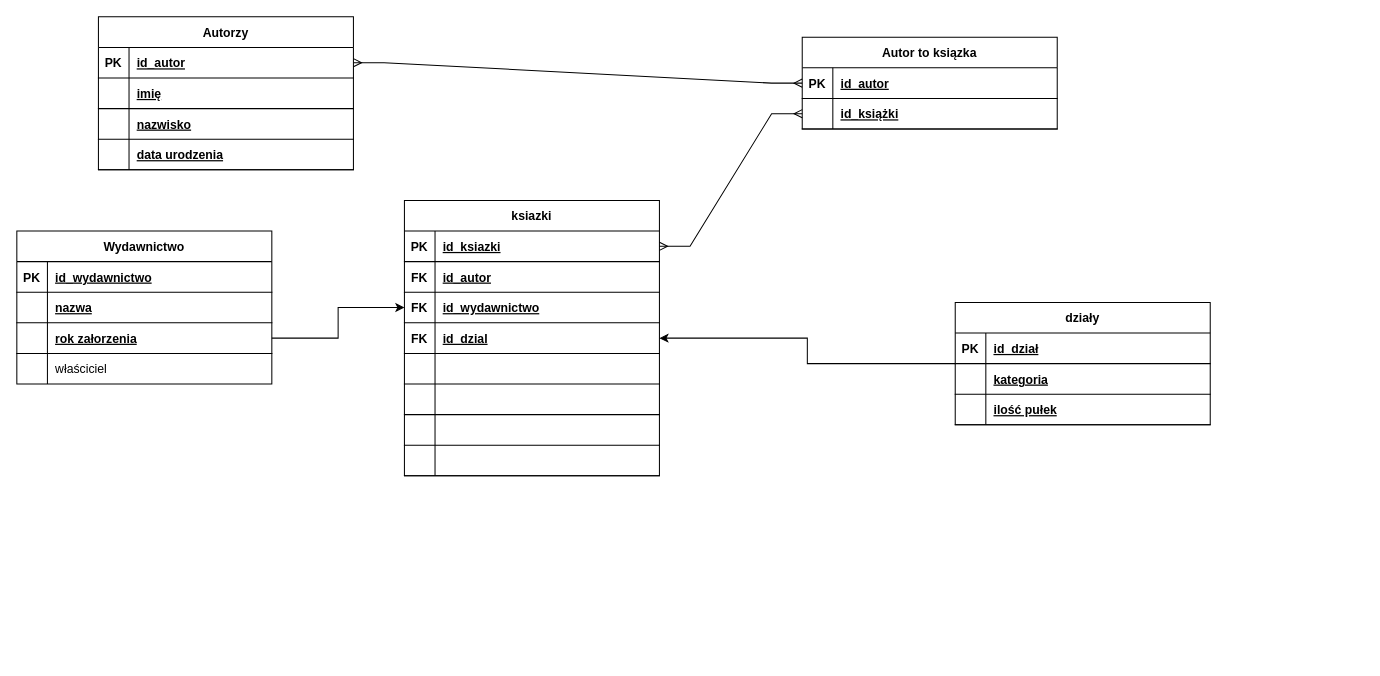
Above: Baza danych Biblioteka.drawio in mostekd/lokalne-systemy-bazy-danych (draw.io), before the change. Source tidied: cells renumbered, new cells numbered last; positions are measured from the earlier drawing's top-left corner, leaving out a move shared by most shapes. Both pictures are drawn from the tidied source at 102%, with x=0, y=0 at pixel (16, 16).
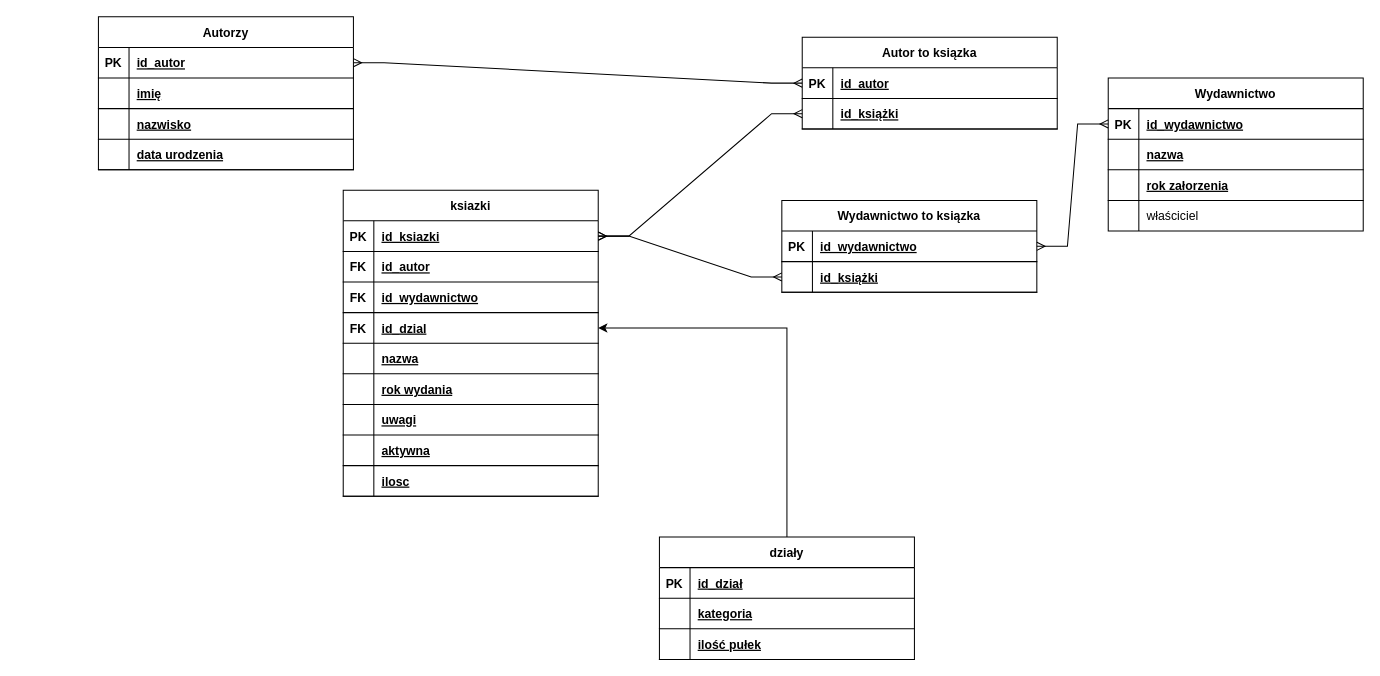
After the change.

The change refers to these unchanged cells:
```xml
<mxCell id="3" style="shape=partialRectangle;fillColor=none;points=[[0,0.5],[1,0.5]];portConstraint=eastwest;top=0;left=0;right=0;bottom=1;" parent="2" vertex="1">
  <mxGeometry y="30" width="250" height="30" as="geometry" />
</mxCell>
<mxCell id="9" style="shape=partialRectangle;fillColor=none;points=[[0,0.5],[1,0.5]];portConstraint=eastwest;top=0;left=0;right=0;bottom=1;" parent="2" vertex="1">
  <mxGeometry y="90" width="250" height="30" as="geometry" />
</mxCell>
<mxCell id="15" style="shape=partialRectangle;fillColor=none;top=0;left=0;right=0;bottom=1;" parent="2" vertex="1">
  <mxGeometry y="150" width="250" height="30" as="geometry" />
</mxCell>
<mxCell id="18" style="shape=partialRectangle;fillColor=none;top=0;left=0;right=0;bottom=1;" parent="2" vertex="1">
  <mxGeometry y="180" width="250" height="30" as="geometry" />
</mxCell>
<mxCell id="21" style="shape=partialRectangle;fillColor=none;top=0;left=0;right=0;bottom=1;" parent="2" vertex="1">
  <mxGeometry y="210" width="250" height="30" as="geometry" />
</mxCell>
<mxCell id="24" style="shape=partialRectangle;fillColor=none;top=0;left=0;right=0;bottom=1;" parent="2" vertex="1">
  <mxGeometry y="240" width="250" height="30" as="geometry" />
</mxCell>
<mxCell id="41" style="shape=partialRectangle;fillColor=none;points=[[0,0.5],[1,0.5]];portConstraint=eastwest;top=0;left=0;right=0;bottom=1;" parent="40" vertex="1">
  <mxGeometry y="30" width="250" height="30" as="geometry" />
</mxCell>
<mxCell id="47" style="shape=partialRectangle;fillColor=none;points=[[0,0.5],[1,0.5]];portConstraint=eastwest;top=0;left=0;right=0;bottom=1;" parent="40" vertex="1">
  <mxGeometry y="90" width="250" height="30" as="geometry" />
</mxCell>
```

The edit, as a diff of the source:
```diff
@@
     <mxCell id="2" value="ksiazki" style="shape=table;startSize=30;childLayout=tableLayout;rowLines=0;fontStyle=1;align=center;flipH=0;" parent="1" vertex="1">
-      <mxGeometry x="380" y="180" width="250" height="270" as="geometry" />
+      <mxGeometry x="320" y="170" width="250" height="300" as="geometry" />
     </mxCell>
@@
-    <mxCell id="17" style="shape=partialRectangle;overflow=hidden;fillColor=none;top=0;left=0;bottom=0;right=0;align=left;spacingLeft=6;fontStyle=5;" parent="15" vertex="1">
+    <mxCell id="17" value="nazwa" style="shape=partialRectangle;overflow=hidden;fillColor=none;top=0;left=0;bottom=0;right=0;align=left;spacingLeft=6;fontStyle=5;" parent="15" vertex="1">
       <mxGeometry x="30" width="220" height="30" as="geometry" />
     </mxCell>
@@
-    <mxCell id="20" style="shape=partialRectangle;overflow=hidden;fillColor=none;top=0;left=0;bottom=0;right=0;align=left;spacingLeft=6;fontStyle=5;" parent="18" vertex="1">
+    <mxCell id="20" value="rok wydania" style="shape=partialRectangle;overflow=hidden;fillColor=none;top=0;left=0;bottom=0;right=0;align=left;spacingLeft=6;fontStyle=5;" parent="18" vertex="1">
       <mxGeometry x="30" width="220" height="30" as="geometry" />
     </mxCell>
@@
-    <mxCell id="23" style="shape=partialRectangle;overflow=hidden;fillColor=none;top=0;left=0;bottom=0;right=0;align=left;spacingLeft=6;fontStyle=5;" parent="21" vertex="1">
+    <mxCell id="23" value="uwagi" style="shape=partialRectangle;overflow=hidden;fillColor=none;top=0;left=0;bottom=0;right=0;align=left;spacingLeft=6;fontStyle=5;" parent="21" vertex="1">
       <mxGeometry x="30" width="220" height="30" as="geometry" />
     </mxCell>
@@
-    <mxCell id="26" style="shape=partialRectangle;overflow=hidden;fillColor=none;top=0;left=0;bottom=0;right=0;align=left;spacingLeft=6;fontStyle=5;" parent="24" vertex="1">
+    <mxCell id="26" value="aktywna" style="shape=partialRectangle;overflow=hidden;fillColor=none;top=0;left=0;bottom=0;right=0;align=left;spacingLeft=6;fontStyle=5;" parent="24" vertex="1">
       <mxGeometry x="30" width="220" height="30" as="geometry" />
     </mxCell>
+    <mxCell id="75" style="shape=partialRectangle;fillColor=none;top=0;left=0;right=0;bottom=1;" parent="2" vertex="1">
+      <mxGeometry y="270" width="250" height="30" as="geometry" />
+    </mxCell>
+    <mxCell id="76" style="shape=partialRectangle;overflow=hidden;fillColor=none;top=0;left=0;bottom=0;right=0;fontStyle=1;" parent="75" vertex="1">
+      <mxGeometry width="30" height="30" as="geometry" />
+    </mxCell>
+    <mxCell id="77" value="ilosc" style="shape=partialRectangle;overflow=hidden;fillColor=none;top=0;left=0;bottom=0;right=0;align=left;spacingLeft=6;fontStyle=5;" parent="75" vertex="1">
+      <mxGeometry x="30" width="220" height="30" as="geometry" />
+    </mxCell>
@@
     <mxCell id="40" value="Wydawnictwo" style="shape=table;startSize=30;childLayout=tableLayout;rowLines=0;fontStyle=1;align=center;" parent="1" vertex="1">
-      <mxGeometry y="210" width="250" height="150" as="geometry" />
+      <mxGeometry x="1070" y="60" width="250" height="150" as="geometry" />
     </mxCell>
@@
-    <mxCell id="54" style="edgeStyle=orthogonalEdgeStyle;rounded=0;jettySize=auto;html=1;entryX=0;entryY=0.5;entryDx=0;entryDy=0;" parent="1" edge="1" source="47" target="9">
-      <mxGeometry relative="1" as="geometry" />
-    </mxCell>
@@
     <mxCell id="56" value="działy" style="shape=table;startSize=30;childLayout=tableLayout;rowLines=0;fontStyle=1;align=center;" parent="1" vertex="1">
-      <mxGeometry x="920" y="280" width="250" height="120" as="geometry" />
+      <mxGeometry x="630" y="510" width="250" height="120" as="geometry" />
     </mxCell>
@@
+    <mxCell id="78" value="Wydawnictwo to ksiązka" style="shape=table;startSize=30;childLayout=tableLayout;rowLines=0;fontStyle=1;align=center;" parent="1" vertex="1">
+      <mxGeometry x="750" y="180" width="250" height="90" as="geometry" />
+    </mxCell>
+    <mxCell id="79" style="shape=partialRectangle;fillColor=none;points=[[0,0.5],[1,0.5]];portConstraint=eastwest;top=0;left=0;right=0;bottom=1;" parent="78" vertex="1">
+      <mxGeometry y="30" width="250" height="30" as="geometry" />
+    </mxCell>
+    <mxCell id="80" value="PK" style="shape=partialRectangle;overflow=hidden;fillColor=none;top=0;left=0;bottom=0;right=0;fontStyle=1;" parent="79" vertex="1">
+      <mxGeometry width="30" height="30" as="geometry" />
+    </mxCell>
+    <mxCell id="81" value="id_wydawnictwo" style="shape=partialRectangle;overflow=hidden;fillColor=none;top=0;left=0;bottom=0;right=0;align=left;spacingLeft=6;fontStyle=5;" parent="79" vertex="1">
+      <mxGeometry x="30" width="220" height="30" as="geometry" />
+    </mxCell>
+    <mxCell id="82" style="shape=partialRectangle;fillColor=none;points=[[0,0.5],[1,0.5]];portConstraint=eastwest;top=0;left=0;right=0;bottom=1;" parent="78" vertex="1">
+      <mxGeometry y="60" width="250" height="30" as="geometry" />
+    </mxCell>
+    <mxCell id="83" style="shape=partialRectangle;overflow=hidden;fillColor=none;top=0;left=0;bottom=0;right=0;fontStyle=1;" parent="82" vertex="1">
+      <mxGeometry width="30" height="30" as="geometry" />
+    </mxCell>
+    <mxCell id="84" value="id_książki" style="shape=partialRectangle;overflow=hidden;fillColor=none;top=0;left=0;bottom=0;right=0;align=left;spacingLeft=6;fontStyle=5;" parent="82" vertex="1">
+      <mxGeometry x="30" width="220" height="30" as="geometry" />
+    </mxCell>
+    <mxCell id="85" style="edgeStyle=entityRelationEdgeStyle;fontSize=12;html=1;endArrow=ERmany;startArrow=ERmany;rounded=0;exitX=0;exitY=0.5;exitDx=0;exitDy=0;entryX=1;entryY=0.5;entryDx=0;entryDy=0;" parent="1" edge="1" source="82" target="3">
+      <mxGeometry relative="1" as="geometry" />
+    </mxCell>
+    <mxCell id="86" style="edgeStyle=entityRelationEdgeStyle;fontSize=12;html=1;endArrow=ERmany;startArrow=ERmany;rounded=0;entryX=0;entryY=0.5;entryDx=0;entryDy=0;exitX=1;exitY=0.5;exitDx=0;exitDy=0;" parent="1" edge="1" source="79" target="41">
+      <mxGeometry relative="1" as="geometry" />
+    </mxCell>
```
